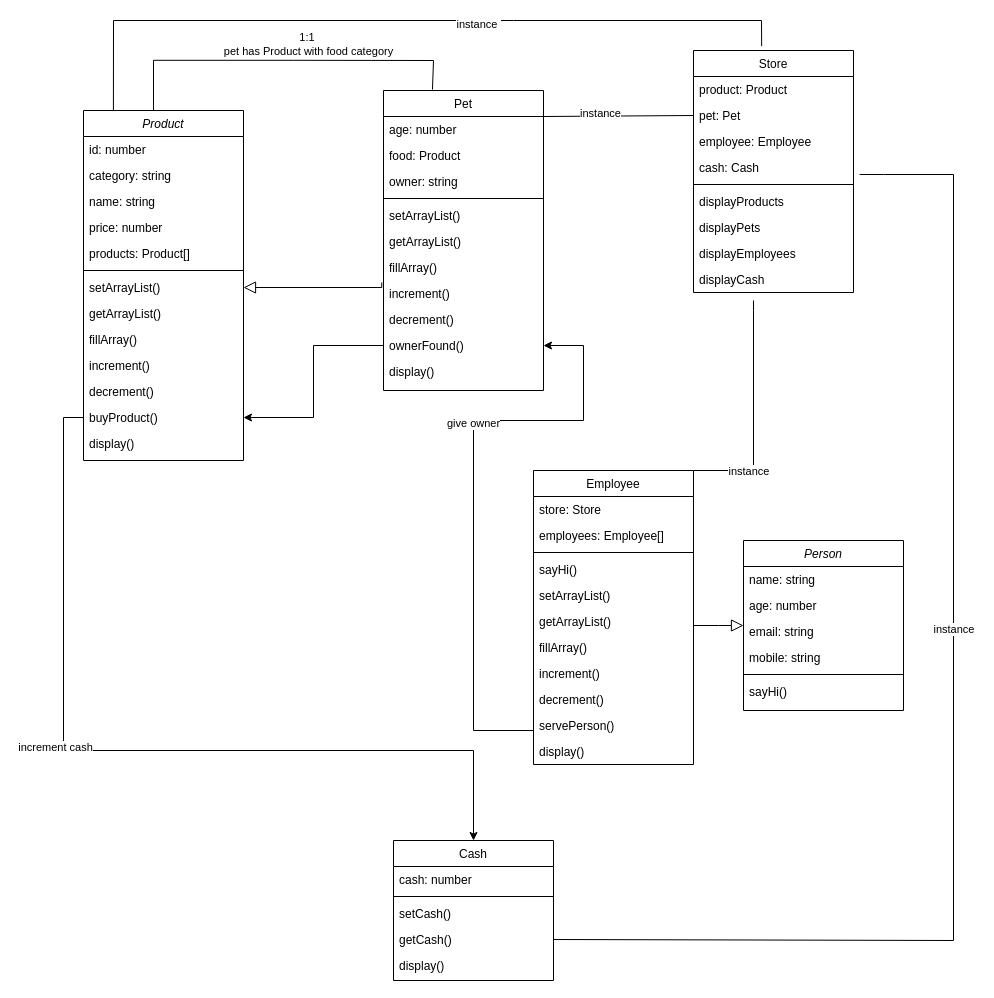
Above: diagram/diagram.drawio in altynali/pet-store (draw.io), before the change. Source tidied: cells renumbered, new cells numbered last; positions are measured from the earlier drawing's top-left corner, leaving out a move shared by most shapes. Both pictures are drawn from the tidied source at 100%, with x=0, y=0 at pixel (63, 20).
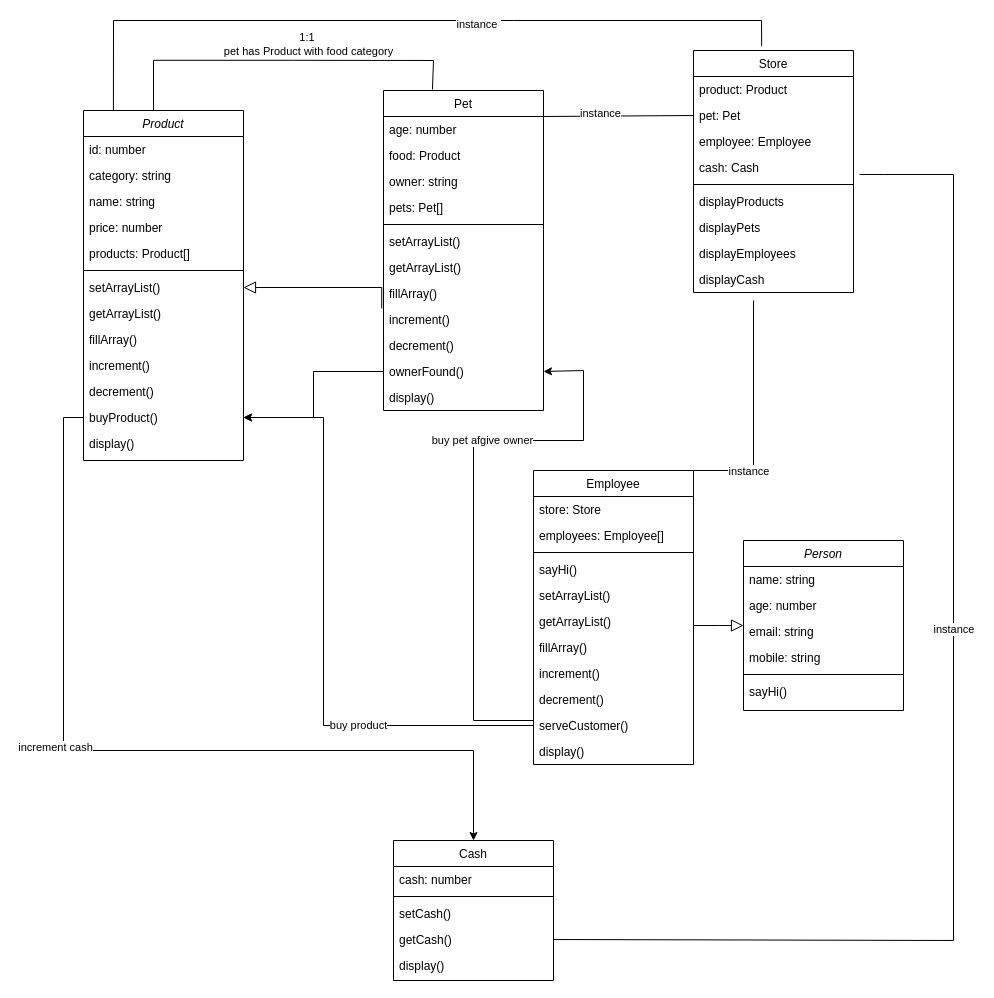
The same diagram, later.

Commit message (it also covers changes not shown here):
Pet-Store: diagram forgotten fields

Unchanged cells that the change refers to:
```xml
<mxCell id="9" value="Employee" style="swimlane;fontStyle=0;align=center;verticalAlign=top;horizontal=1;startSize=26;rounded=0;shadow=0;strokeWidth=1;" parent="1" vertex="1">
  <mxGeometry x="470" y="450" width="160" height="294" as="geometry" />
</mxCell>
<mxCell id="16" value="fillArray()" style="text;align=left;verticalAlign=top;spacingLeft=4;spacingRight=4;overflow=hidden;points=[[0,0.5],[1,0.5]];portConstraint=eastwest;" parent="9" vertex="1">
  <mxGeometry y="164" width="160" height="26" as="geometry" />
</mxCell>
<mxCell id="50" value="buyProduct()" style="text;align=left;verticalAlign=top;spacingLeft=4;spacingRight=4;overflow=hidden;points=[[0,0.5],[1,0.5]];portConstraint=eastwest;" parent="38" vertex="1">
  <mxGeometry y="294" width="160" height="26" as="geometry" />
</mxCell>
```

What changed in the source:
```diff
@@
-    <mxCell id="19" value="servePerson()" style="text;align=left;verticalAlign=top;spacingLeft=4;spacingRight=4;overflow=hidden;points=[[0,0.5],[1,0.5]];portConstraint=eastwest;" parent="9" vertex="1">
+    <mxCell id="19" value="serveCustomer()" style="text;align=left;verticalAlign=top;spacingLeft=4;spacingRight=4;overflow=hidden;points=[[0,0.5],[1,0.5]];portConstraint=eastwest;" parent="9" vertex="1">
       <mxGeometry y="242" width="160" height="26" as="geometry" />
     </mxCell>
@@
     <mxCell id="52" value="Pet" style="swimlane;fontStyle=0;align=center;verticalAlign=top;horizontal=1;startSize=26;rounded=0;shadow=0;strokeWidth=1;" parent="1" vertex="1">
-      <mxGeometry x="320" y="70" width="160" height="300" as="geometry" />
+      <mxGeometry x="320" y="70" width="160" height="320" as="geometry" />
     </mxCell>
@@
+    <mxCell id="80" value="pets: Pet[]" style="text;align=left;verticalAlign=top;spacingLeft=4;spacingRight=4;overflow=hidden;rounded=0;shadow=0;html=0;" parent="52" vertex="1">
+      <mxGeometry y="104" width="160" height="26" as="geometry" />
+    </mxCell>
     <mxCell id="56" style="line;html=1;strokeWidth=1;align=left;verticalAlign=middle;spacingTop=-1;spacingLeft=3;spacingRight=3;labelPosition=right;" parent="52" vertex="1">
-      <mxGeometry y="104" width="160" height="8" as="geometry" />
+      <mxGeometry y="130" width="160" height="8" as="geometry" />
     </mxCell>
     <mxCell id="57" value="setArrayList()&#10;" style="text;align=left;verticalAlign=top;spacingLeft=4;spacingRight=4;overflow=hidden;" parent="52" vertex="1">
-      <mxGeometry y="112" width="160" height="26" as="geometry" />
+      <mxGeometry y="138" width="160" height="26" as="geometry" />
     </mxCell>
     <mxCell id="58" value="getArrayList()&#10;" style="text;align=left;verticalAlign=top;spacingLeft=4;spacingRight=4;overflow=hidden;" parent="52" vertex="1">
-      <mxGeometry y="138" width="160" height="26" as="geometry" />
+      <mxGeometry y="164" width="160" height="26" as="geometry" />
     </mxCell>
     <mxCell id="59" value="fillArray()" style="text;align=left;verticalAlign=top;spacingLeft=4;spacingRight=4;overflow=hidden;" parent="52" vertex="1">
-      <mxGeometry y="164" width="160" height="26" as="geometry" />
+      <mxGeometry y="190" width="160" height="26" as="geometry" />
     </mxCell>
     <mxCell id="60" value="increment()&#10;" style="text;align=left;verticalAlign=top;spacingLeft=4;spacingRight=4;overflow=hidden;points=[[0,0.5],[1,0.5]];portConstraint=eastwest;" parent="52" vertex="1">
-      <mxGeometry y="190" width="160" height="26" as="geometry" />
+      <mxGeometry y="216" width="160" height="26" as="geometry" />
     </mxCell>
     <mxCell id="61" value="decrement()&#10;" style="text;align=left;verticalAlign=top;spacingLeft=4;spacingRight=4;overflow=hidden;" parent="52" vertex="1">
-      <mxGeometry y="216" width="160" height="26" as="geometry" />
+      <mxGeometry y="242" width="160" height="26" as="geometry" />
     </mxCell>
     <mxCell id="62" value="ownerFound()" style="text;align=left;verticalAlign=top;spacingLeft=4;spacingRight=4;overflow=hidden;points=[[0,0.5],[1,0.5]];portConstraint=eastwest;" parent="52" vertex="1">
-      <mxGeometry y="242" width="160" height="26" as="geometry" />
+      <mxGeometry y="268" width="160" height="26" as="geometry" />
     </mxCell>
     <mxCell id="63" value="display()" style="text;align=left;verticalAlign=top;spacingLeft=4;spacingRight=4;overflow=hidden;" parent="52" vertex="1">
-      <mxGeometry y="268" width="160" height="26" as="geometry" />
+      <mxGeometry y="294" width="160" height="26" as="geometry" />
     </mxCell>
@@
     <mxCell id="77" style="edgeStyle=orthogonalEdgeStyle;rounded=0;jettySize=auto;html=1;exitX=0;exitY=0.5;exitDx=0;exitDy=0;entryX=1;entryY=0.5;entryDx=0;entryDy=0;" parent="1" edge="1" source="16" target="62">
       <mxGeometry relative="1" as="geometry">
         <Array as="points">
-          <mxPoint x="470" y="710" />
-          <mxPoint x="410" y="710" />
-          <mxPoint x="410" y="400" />
-          <mxPoint x="520" y="400" />
-          <mxPoint x="520" y="325" />
+          <mxPoint x="470" y="700" />
+          <mxPoint x="410" y="700" />
+          <mxPoint x="410" y="420" />
+          <mxPoint x="520" y="420" />
+          <mxPoint x="520" y="350" />
+          <mxPoint x="480" y="350" />
         </Array>
       </mxGeometry>
     </mxCell>
-    <mxCell id="78" value="give owner" style="edgeLabel;html=1;align=center;verticalAlign=middle;" parent="77" vertex="1">
+    <mxCell id="78" value="buy pet afgive owner" style="edgeLabel;html=1;align=center;verticalAlign=middle;" parent="77" vertex="1">
       <mxGeometry x="0.33" y="1" relative="1" as="geometry" />
     </mxCell>
     <mxCell id="79" style="edgeStyle=orthogonalEdgeStyle;rounded=0;jettySize=auto;html=1;entryX=1;entryY=0.5;entryDx=0;entryDy=0;exitX=0;exitY=0.5;exitDx=0;exitDy=0;" parent="1" edge="1" source="62" target="50">
       <mxGeometry relative="1" as="geometry">
         <Array as="points">
-          <mxPoint x="250" y="325" />
+          <mxPoint x="250" y="351" />
           <mxPoint x="250" y="397" />
         </Array>
       </mxGeometry>
     </mxCell>
+    <mxCell id="81" style="edgeStyle=orthogonalEdgeStyle;rounded=0;jettySize=auto;html=1;entryX=1;entryY=0.5;entryDx=0;entryDy=0;" parent="1" edge="1" source="19" target="50">
+      <mxGeometry relative="1" as="geometry">
+        <Array as="points">
+          <mxPoint x="260" y="705" />
+          <mxPoint x="260" y="397" />
+        </Array>
+      </mxGeometry>
+    </mxCell>
+    <mxCell id="82" value="buy product" style="edgeLabel;html=1;align=center;verticalAlign=middle;" parent="81" vertex="1">
+      <mxGeometry x="-0.41" y="-1" relative="1" as="geometry" />
+    </mxCell>
```
